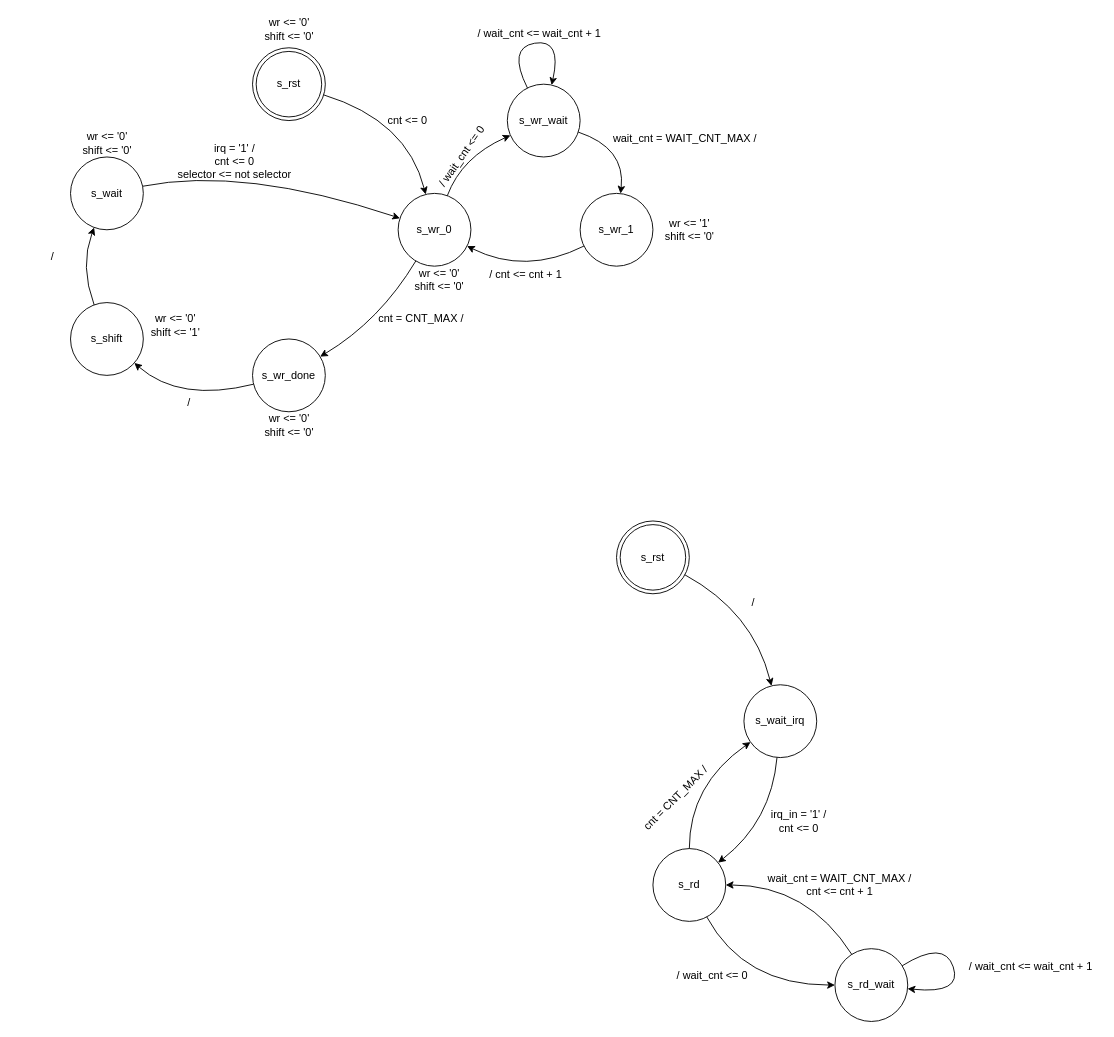
Above: .figures/MagPingPongBuffers_simulator_FSM.drawio in frnyb/PL-Mag-Sensor (draw.io), before the change. Source tidied: cells renumbered, new cells numbered last; positions are measured from the earlier drawing's top-left corner, leaving out a move shared by most shapes. Both pictures are drawn from the tidied source at 91%, with x=0, y=0 at pixel (43, 15).
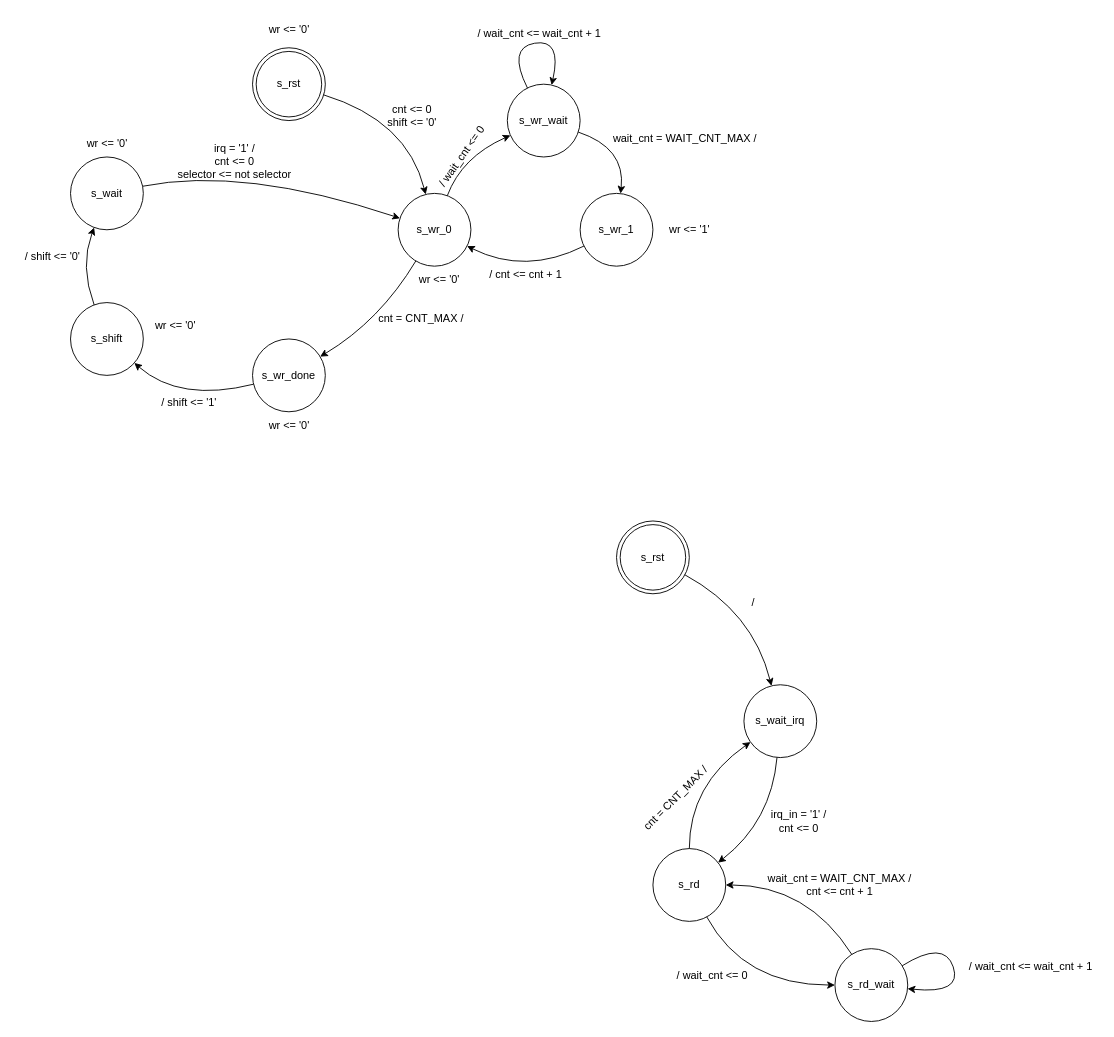
After the change.

Diff of the diagram source:
```diff
@@
-    <mxCell id="5" value="cnt &amp;lt;= 0" style="text;html=1;align=center;verticalAlign=middle;strokeColor=none;fillColor=none;" parent="1" vertex="1">
-      <mxGeometry x="370" y="105" width="60" height="20" as="geometry" />
+    <mxCell id="5" value="&lt;div&gt;cnt &amp;lt;= 0&lt;/div&gt;shift &amp;lt;= '0'" style="text;html=1;align=center;verticalAlign=middle;strokeColor=none;fillColor=none;" parent="1" vertex="1">
+      <mxGeometry x="370" y="95" width="70" height="30" as="geometry" />
     </mxCell>
@@
-    <mxCell id="8" value="&lt;div&gt;wr &amp;lt;= '0'&lt;/div&gt;shift &amp;lt;= '0'" style="text;html=1;align=center;verticalAlign=middle;strokeColor=none;fillColor=none;" parent="1" vertex="1">
-      <mxGeometry x="400" y="275" width="70" height="30" as="geometry" />
+    <mxCell id="8" value="&lt;div&gt;wr &amp;lt;= '0'&lt;/div&gt;" style="text;html=1;align=center;verticalAlign=middle;strokeColor=none;fillColor=none;" parent="1" vertex="1">
+      <mxGeometry x="405" y="280" width="60" height="20" as="geometry" />
     </mxCell>
-    <mxCell id="9" value="&lt;div&gt;wr &amp;lt;= '0'&lt;/div&gt;shift &amp;lt;= '0'" style="text;html=1;align=center;verticalAlign=middle;strokeColor=none;fillColor=none;" parent="1" vertex="1">
-      <mxGeometry x="235" width="70" height="30" as="geometry" />
+    <mxCell id="9" value="&lt;div&gt;wr &amp;lt;= '0'&lt;/div&gt;" style="text;html=1;align=center;verticalAlign=middle;strokeColor=none;fillColor=none;" parent="1" vertex="1">
+      <mxGeometry x="240" y="5" width="60" height="20" as="geometry" />
     </mxCell>
-    <mxCell id="10" value="&lt;div&gt;wr &amp;lt;= '1'&lt;/div&gt;shift &amp;lt;= '0'" style="text;html=1;align=center;verticalAlign=middle;strokeColor=none;fillColor=none;" parent="1" vertex="1">
-      <mxGeometry x="675" y="220" width="70" height="30" as="geometry" />
+    <mxCell id="10" value="&lt;div&gt;wr &amp;lt;= '1'&lt;/div&gt;" style="text;html=1;align=center;verticalAlign=middle;strokeColor=none;fillColor=none;" parent="1" vertex="1">
+      <mxGeometry x="680" y="225" width="60" height="20" as="geometry" />
     </mxCell>
@@
-    <mxCell id="19" value="/" style="text;html=1;align=center;verticalAlign=middle;strokeColor=none;fillColor=none;" parent="1" vertex="1">
-      <mxGeometry x="150" y="415" width="20" height="20" as="geometry" />
+    <mxCell id="19" value="/ shift &amp;lt;= '1'" style="text;html=1;align=center;verticalAlign=middle;strokeColor=none;fillColor=none;" parent="1" vertex="1">
+      <mxGeometry x="120" y="415" width="80" height="20" as="geometry" />
     </mxCell>
@@
-    <mxCell id="22" value="/" style="text;html=1;align=center;verticalAlign=middle;strokeColor=none;fillColor=none;" parent="1" vertex="1">
-      <mxGeometry y="255" width="20" height="20" as="geometry" />
+    <mxCell id="22" value="/ shift &amp;lt;= '0'" style="text;html=1;align=center;verticalAlign=middle;strokeColor=none;fillColor=none;" parent="1" vertex="1">
+      <mxGeometry x="-30" y="255" width="80" height="20" as="geometry" />
     </mxCell>
@@
-    <mxCell id="25" value="&lt;div&gt;wr &amp;lt;= '0'&lt;/div&gt;shift &amp;lt;= '0'" style="text;html=1;align=center;verticalAlign=middle;strokeColor=none;fillColor=none;" parent="1" vertex="1">
-      <mxGeometry x="235" y="435" width="70" height="30" as="geometry" />
+    <mxCell id="25" value="&lt;div&gt;wr &amp;lt;= '0'&lt;/div&gt;" style="text;html=1;align=center;verticalAlign=middle;strokeColor=none;fillColor=none;" parent="1" vertex="1">
+      <mxGeometry x="240" y="440" width="60" height="20" as="geometry" />
     </mxCell>
-    <mxCell id="26" value="&lt;div&gt;wr &amp;lt;= '0'&lt;/div&gt;shift &amp;lt;= '1'" style="text;html=1;align=center;verticalAlign=middle;strokeColor=none;fillColor=none;" parent="1" vertex="1">
-      <mxGeometry x="110" y="325" width="70" height="30" as="geometry" />
+    <mxCell id="26" value="&lt;div&gt;wr &amp;lt;= '0'&lt;/div&gt;" style="text;html=1;align=center;verticalAlign=middle;strokeColor=none;fillColor=none;" parent="1" vertex="1">
+      <mxGeometry x="115" y="330" width="60" height="20" as="geometry" />
     </mxCell>
-    <mxCell id="27" value="&lt;div&gt;wr &amp;lt;= '0'&lt;/div&gt;shift &amp;lt;= '0'" style="text;html=1;align=center;verticalAlign=middle;strokeColor=none;fillColor=none;" parent="1" vertex="1">
-      <mxGeometry x="35" y="125" width="70" height="30" as="geometry" />
+    <mxCell id="27" value="&lt;div&gt;wr &amp;lt;= '0'&lt;/div&gt;" style="text;html=1;align=center;verticalAlign=middle;strokeColor=none;fillColor=none;" parent="1" vertex="1">
+      <mxGeometry x="40" y="130" width="60" height="20" as="geometry" />
     </mxCell>
```
